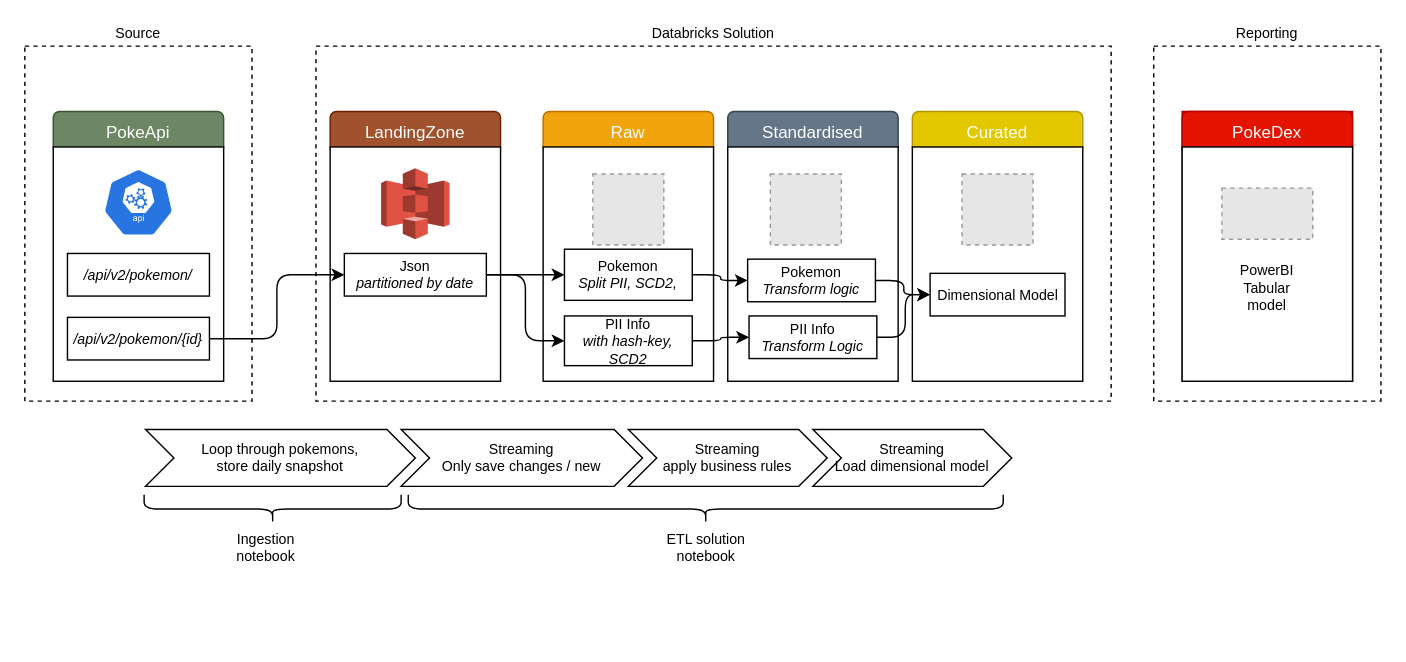
This is page "Solution Design" (1 of 2) of PokemonCase Solution Design.drawio from SorenKoelbaek/PokemonCase, a draw.io file, before an edit. Source tidied: cells renumbered, new cells numbered last; positions are measured from the earlier drawing's top-left corner, leaving out a move shared by most shapes. Both pictures are drawn from the tidied source at 142%, with x=0, y=0 at pixel (24, 45). Pictures stored in the file or linked from it are replaced by grey dashed boxes.
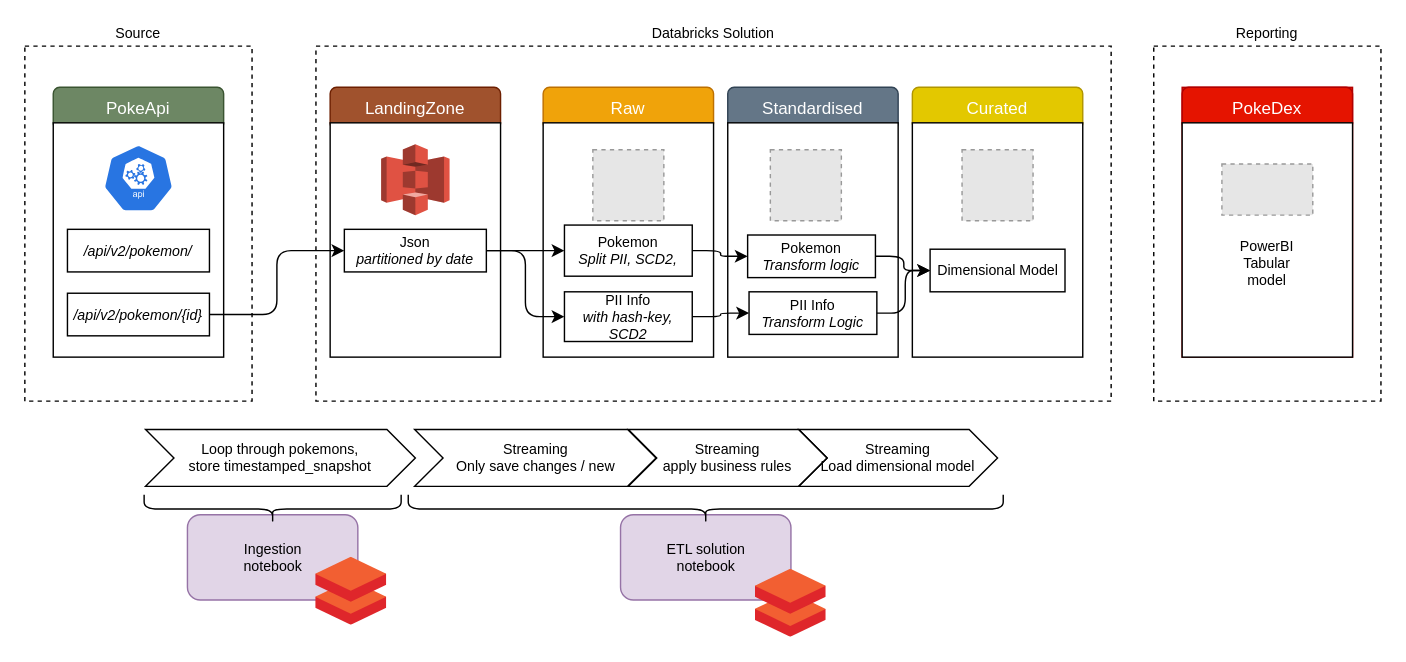
The same diagram, later.

What changed in the source:
```diff
@@
+    <mxCell id="53" style="rounded=1;whiteSpace=wrap;html=1;fillColor=#e1d5e7;strokeColor=#9673a6;" parent="1" vertex="1">
+      <mxGeometry x="419.5" y="330" width="120" height="60" as="geometry" />
+    </mxCell>
+    <mxCell id="54" style="rounded=1;whiteSpace=wrap;html=1;fillColor=#e1d5e7;strokeColor=#9673a6;" parent="1" vertex="1">
+      <mxGeometry x="114.5" y="330" width="120" height="60" as="geometry" />
+    </mxCell>
@@
     <mxCell id="4" style="group;" parent="1" vertex="1">
-      <mxGeometry x="20" y="46" width="120" height="190" as="geometry" />
+      <mxGeometry x="20" y="29" width="120" height="190" as="geometry" />
     </mxCell>
@@
     <mxCell id="7" style="html=1;dashed=0;whitespace=wrap;fillColor=#2875E2;strokeColor=#ffffff;shape=mxgraph.kubernetes.icon;prIcon=api;" parent="1" vertex="1">
-      <mxGeometry x="55" y="86" width="50" height="48" as="geometry" />
+      <mxGeometry x="55" y="69" width="50" height="48" as="geometry" />
     </mxCell>
     <mxCell id="8" value="/api/v2/pokemon/" style="rounded=0;whiteSpace=wrap;html=1;fontSize=10;fontStyle=2;" parent="1" vertex="1">
-      <mxGeometry x="30" y="146" width="100" height="30" as="geometry" />
+      <mxGeometry x="30" y="129" width="100" height="30" as="geometry" />
     </mxCell>
     <mxCell id="9" value="/api/v2/pokemon/{id}" style="rounded=0;whiteSpace=wrap;html=1;fontSize=10;fontStyle=2;" parent="1" vertex="1">
-      <mxGeometry x="30" y="191" width="100" height="30" as="geometry" />
+      <mxGeometry x="30" y="174" width="100" height="30" as="geometry" />
     </mxCell>
     <mxCell id="10" style="group;" parent="1" vertex="1">
-      <mxGeometry x="215" y="46" width="120" height="190" as="geometry" />
+      <mxGeometry x="215" y="29" width="120" height="190" as="geometry" />
     </mxCell>
@@
     <mxCell id="15" style="group;" parent="1" vertex="1">
-      <mxGeometry x="365" y="46" width="120" height="190" as="geometry" />
+      <mxGeometry x="365" y="29" width="120" height="190" as="geometry" />
     </mxCell>
@@
     <mxCell id="21" style="group;" parent="1" vertex="1">
-      <mxGeometry x="495" y="46" width="120" height="190" as="geometry" />
+      <mxGeometry x="495" y="29" width="120" height="190" as="geometry" />
     </mxCell>
@@
     <mxCell id="27" style="group;" parent="1" vertex="1">
-      <mxGeometry x="625" y="46" width="120" height="190" as="geometry" />
+      <mxGeometry x="625" y="29" width="120" height="190" as="geometry" />
     </mxCell>
@@
-    <mxCell id="32" value="Loop through pokemons, &lt;br&gt;store daily snapshot" style="shape=step;perimeter=stepPerimeter;whiteSpace=wrap;html=1;fixedSize=1;fillColor=none;fontSize=10;" parent="1" vertex="1">
+    <mxCell id="32" value="Loop through pokemons, &lt;br&gt;store timestamped_snapshot" style="shape=step;perimeter=stepPerimeter;whiteSpace=wrap;html=1;fixedSize=1;fillColor=none;fontSize=10;" parent="1" vertex="1">
       <mxGeometry x="85" y="270" width="190" height="40" as="geometry" />
     </mxCell>
     <mxCell id="33" value="Streaming&lt;br&gt;Only save changes / new" style="shape=step;perimeter=stepPerimeter;whiteSpace=wrap;html=1;fixedSize=1;fillColor=none;fontSize=10;" parent="1" vertex="1">
-      <mxGeometry x="265" y="270" width="170" height="40" as="geometry" />
+      <mxGeometry x="274.5" y="270" width="170" height="40" as="geometry" />
     </mxCell>
@@
     <mxCell id="35" value="Streaming&lt;br&gt;Load dimensional model" style="shape=step;perimeter=stepPerimeter;whiteSpace=wrap;html=1;fixedSize=1;fillColor=none;fontSize=10;" parent="1" vertex="1">
-      <mxGeometry x="555" y="270" width="140" height="40" as="geometry" />
+      <mxGeometry x="545" y="270" width="140" height="40" as="geometry" />
     </mxCell>
     <mxCell id="36" value="Ingestion notebook" style="text;html=1;strokeColor=none;fillColor=none;align=center;verticalAlign=middle;whiteSpace=wrap;rounded=0;fontSize=10;" parent="1" vertex="1">
-      <mxGeometry x="135" y="343" width="70" height="20" as="geometry" />
+      <mxGeometry x="140" y="350" width="70" height="20" as="geometry" />
     </mxCell>
     <mxCell id="37" value="ETL solution notebook" style="text;html=1;strokeColor=none;fillColor=none;align=center;verticalAlign=middle;whiteSpace=wrap;rounded=0;fontSize=10;" parent="1" vertex="1">
-      <mxGeometry x="444.5" y="343" width="70" height="20" as="geometry" />
+      <mxGeometry x="444.5" y="350" width="70" height="20" as="geometry" />
     </mxCell>
@@
     <mxCell id="48" style="group;fillColor=#e51400;strokeColor=#B20000;fontColor=#ffffff;" parent="1" vertex="1">
-      <mxGeometry x="815" y="46" width="120" height="190" as="geometry" />
+      <mxGeometry x="815" y="29" width="120" height="190" as="geometry" />
     </mxCell>
@@
+    <mxCell id="55" style="html=1;align=center;image;fontSize=12;image=img/lib/mscae/Databricks.svg;" parent="1" vertex="1">
+      <mxGeometry x="205" y="360" width="50" height="48" as="geometry" />
+    </mxCell>
+    <mxCell id="56" style="html=1;align=center;image;fontSize=12;image=img/lib/mscae/Databricks.svg;" parent="1" vertex="1">
+      <mxGeometry x="514.5" y="368.5" width="50" height="48" as="geometry" />
+    </mxCell>
```
